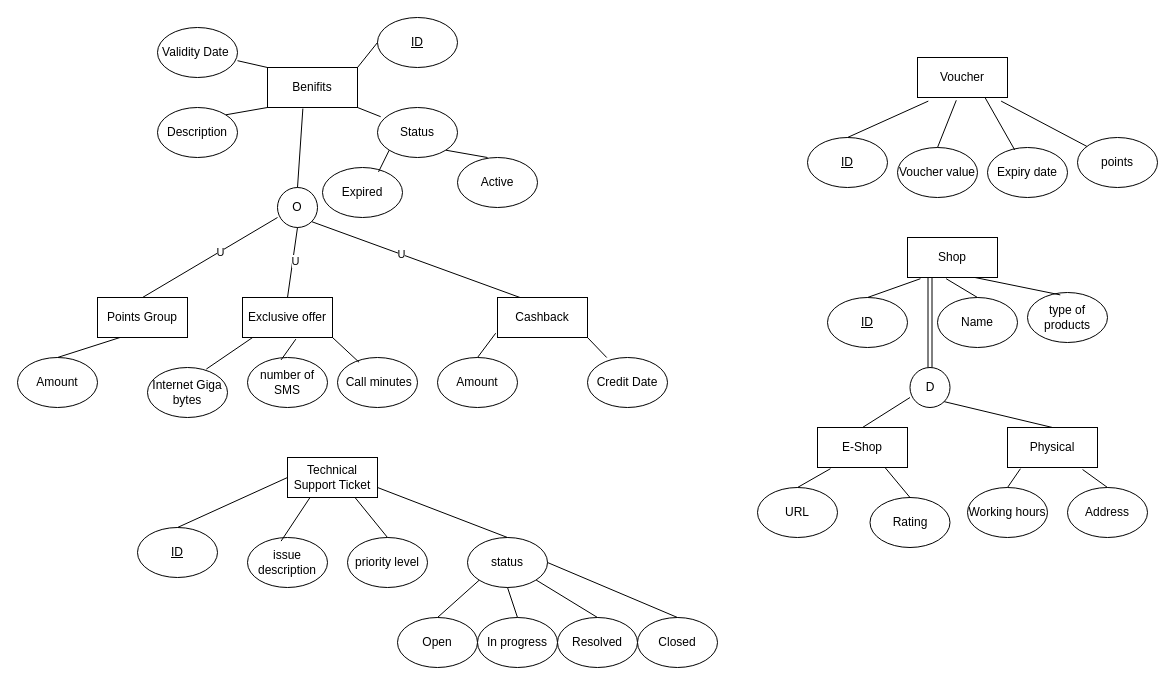
Earlier version of the draw.io diagram shahd version.drawio (Blaze-trio/Blaze-trio.github.io). Source tidied: cells renumbered, new cells numbered last; positions are measured from the earlier drawing's top-left corner, leaving out a move shared by most shapes. Both pictures are drawn from the tidied source at 100%, with x=0, y=0 at pixel (17, 17).
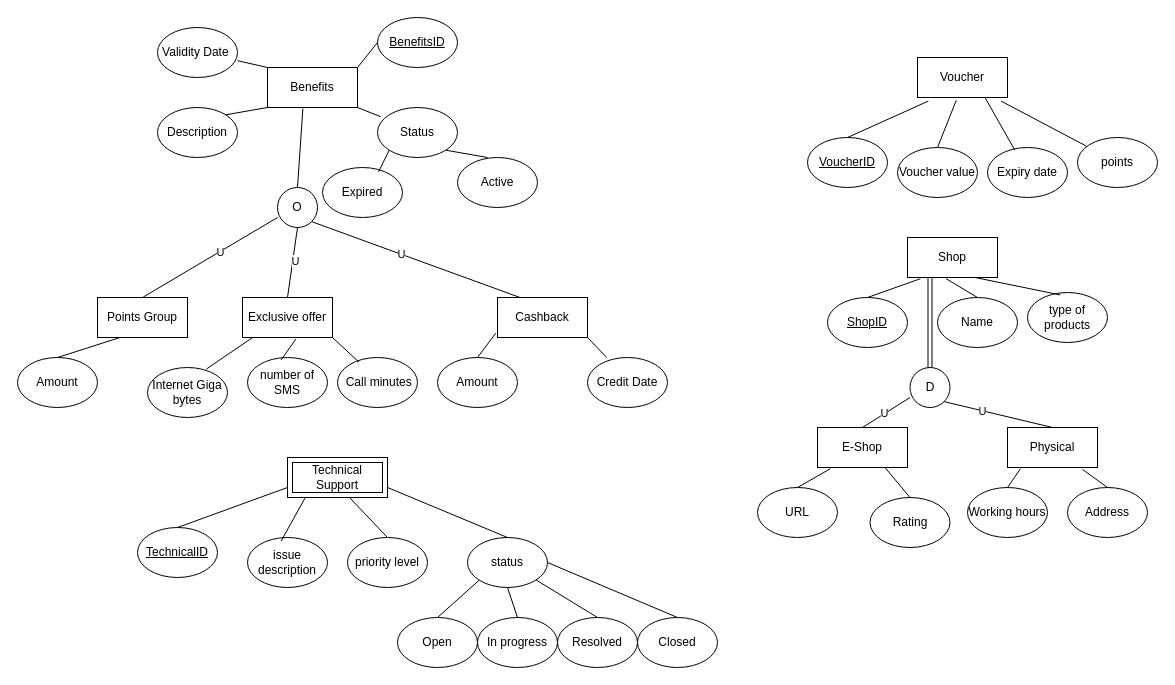
The same page after the edit.

The change refers to these unchanged cells:
```xml
<mxCell id="66" style="endArrow=none;html=1;rounded=0;entryX=0;entryY=0.75;entryDx=0;entryDy=0;entryPerimeter=0;exitX=0.5;exitY=0;exitDx=0;exitDy=0;" parent="1" edge="1" source="59" target="65">
  <mxGeometry relative="1" as="geometry" />
</mxCell>
<mxCell id="67" style="endArrow=none;html=1;rounded=0;entryX=1;entryY=1;entryDx=0;entryDy=0;exitX=0.5;exitY=0;exitDx=0;exitDy=0;" parent="1" edge="1" source="54" target="65">
  <mxGeometry relative="1" as="geometry" />
</mxCell>
<mxCell id="70" value="issue description" style="ellipse;whiteSpace=wrap;html=1;" parent="1" vertex="1">
  <mxGeometry x="230" y="520" width="80" height="50" as="geometry" />
</mxCell>
<mxCell id="71" value="priority level" style="ellipse;whiteSpace=wrap;html=1;" parent="1" vertex="1">
  <mxGeometry x="330" y="520" width="80" height="50" as="geometry" />
</mxCell>
<mxCell id="72" value="status" style="ellipse;whiteSpace=wrap;html=1;" parent="1" vertex="1">
  <mxGeometry x="450" y="520" width="80" height="50" as="geometry" />
</mxCell>
```

Change to the diagram source:
```diff
@@
-    <mxCell id="2" value="Benifits" style="rounded=0;whiteSpace=wrap;html=1;" parent="1" vertex="1">
+    <mxCell id="2" value="Benefits" style="rounded=0;whiteSpace=wrap;html=1;" parent="1" vertex="1">
       <mxGeometry x="250" y="50" width="90" height="40" as="geometry" />
     </mxCell>
-    <mxCell id="3" value="&lt;u&gt;ID&lt;/u&gt;" style="ellipse;whiteSpace=wrap;html=1;" parent="1" vertex="1">
+    <mxCell id="3" value="&lt;u&gt;BenefitsID&lt;/u&gt;" style="ellipse;whiteSpace=wrap;html=1;" parent="1" vertex="1">
       <mxGeometry x="360" width="80" height="50" as="geometry" />
     </mxCell>
@@
-    <mxCell id="39" value="&lt;u&gt;ID&lt;/u&gt;" style="ellipse;whiteSpace=wrap;html=1;" parent="1" vertex="1">
+    <mxCell id="39" value="&lt;u&gt;VoucherID&lt;/u&gt;" style="ellipse;whiteSpace=wrap;html=1;" parent="1" vertex="1">
       <mxGeometry x="790" y="120" width="80" height="50" as="geometry" />
     </mxCell>
@@
-    <mxCell id="48" value="&lt;u&gt;ID&lt;/u&gt;" style="ellipse;whiteSpace=wrap;html=1;" parent="1" vertex="1">
+    <mxCell id="48" value="&lt;u&gt;ShopID&lt;/u&gt;" style="ellipse;whiteSpace=wrap;html=1;" parent="1" vertex="1">
       <mxGeometry x="810" y="280" width="80" height="50" as="geometry" />
     </mxCell>
@@
+    <mxCell id="85" value="U" style="edgeLabel;html=1;align=center;verticalAlign=middle;" parent="66" vertex="1">
+      <mxGeometry x="-0.06" y="1" relative="1" as="geometry" />
+    </mxCell>
@@
-    <mxCell id="68" value="Technical Support Ticket" style="rounded=0;whiteSpace=wrap;html=1;" parent="1" vertex="1">
-      <mxGeometry x="270" y="440" width="90" height="40" as="geometry" />
-    </mxCell>
+    <mxCell id="86" value="U" style="edgeLabel;html=1;align=center;verticalAlign=middle;" parent="67" vertex="1">
+      <mxGeometry x="0.3" relative="1" as="geometry" />
+    </mxCell>
-    <mxCell id="69" value="&lt;u&gt;ID&lt;/u&gt;" style="ellipse;whiteSpace=wrap;html=1;" parent="1" vertex="1">
+    <mxCell id="69" value="&lt;u&gt;TechnicalID&lt;/u&gt;" style="ellipse;whiteSpace=wrap;html=1;" parent="1" vertex="1">
       <mxGeometry x="120" y="510" width="80" height="50" as="geometry" />
     </mxCell>
@@
-    <mxCell id="81" style="endArrow=none;html=1;rounded=0;entryX=0;entryY=0.5;entryDx=0;entryDy=0;exitX=0.5;exitY=0;exitDx=0;exitDy=0;" parent="1" edge="1" source="69" target="68">
+    <mxCell id="81" style="endArrow=none;html=1;rounded=0;entryX=0;entryY=0.75;entryDx=0;entryDy=0;exitX=0.5;exitY=0;exitDx=0;exitDy=0;" parent="1" edge="1" source="69" target="87">
       <mxGeometry relative="1" as="geometry" />
     </mxCell>
-    <mxCell id="82" style="endArrow=none;html=1;rounded=0;exitX=0.42;exitY=0.072;exitDx=0;exitDy=0;exitPerimeter=0;entryX=0.25;entryY=1;entryDx=0;entryDy=0;" parent="1" edge="1" source="70" target="68">
+    <mxCell id="82" style="endArrow=none;html=1;rounded=0;exitX=0.42;exitY=0.072;exitDx=0;exitDy=0;exitPerimeter=0;entryX=0.176;entryY=1.01;entryDx=0;entryDy=0;entryPerimeter=0;" parent="1" edge="1" source="70" target="87">
       <mxGeometry relative="1" as="geometry" />
     </mxCell>
-    <mxCell id="83" style="endArrow=none;html=1;rounded=0;entryX=0.75;entryY=1;entryDx=0;entryDy=0;exitX=0.5;exitY=0;exitDx=0;exitDy=0;" parent="1" edge="1" source="71" target="68">
+    <mxCell id="83" style="endArrow=none;html=1;rounded=0;entryX=0.616;entryY=0.99;entryDx=0;entryDy=0;exitX=0.5;exitY=0;exitDx=0;exitDy=0;entryPerimeter=0;" parent="1" edge="1" source="71" target="87">
       <mxGeometry relative="1" as="geometry" />
     </mxCell>
-    <mxCell id="84" style="endArrow=none;html=1;rounded=0;exitX=0.5;exitY=0;exitDx=0;exitDy=0;entryX=1;entryY=0.75;entryDx=0;entryDy=0;" parent="1" edge="1" source="72" target="68">
+    <mxCell id="84" style="endArrow=none;html=1;rounded=0;exitX=0.5;exitY=0;exitDx=0;exitDy=0;entryX=1;entryY=0.75;entryDx=0;entryDy=0;" parent="1" edge="1" source="72" target="87">
       <mxGeometry relative="1" as="geometry" />
     </mxCell>
+    <mxCell id="87" value="Technical Support" style="shape=ext;margin=3;double=1;whiteSpace=wrap;html=1;align=center;" parent="1" vertex="1">
+      <mxGeometry x="270" y="440" width="100" height="40" as="geometry" />
+    </mxCell>
```
